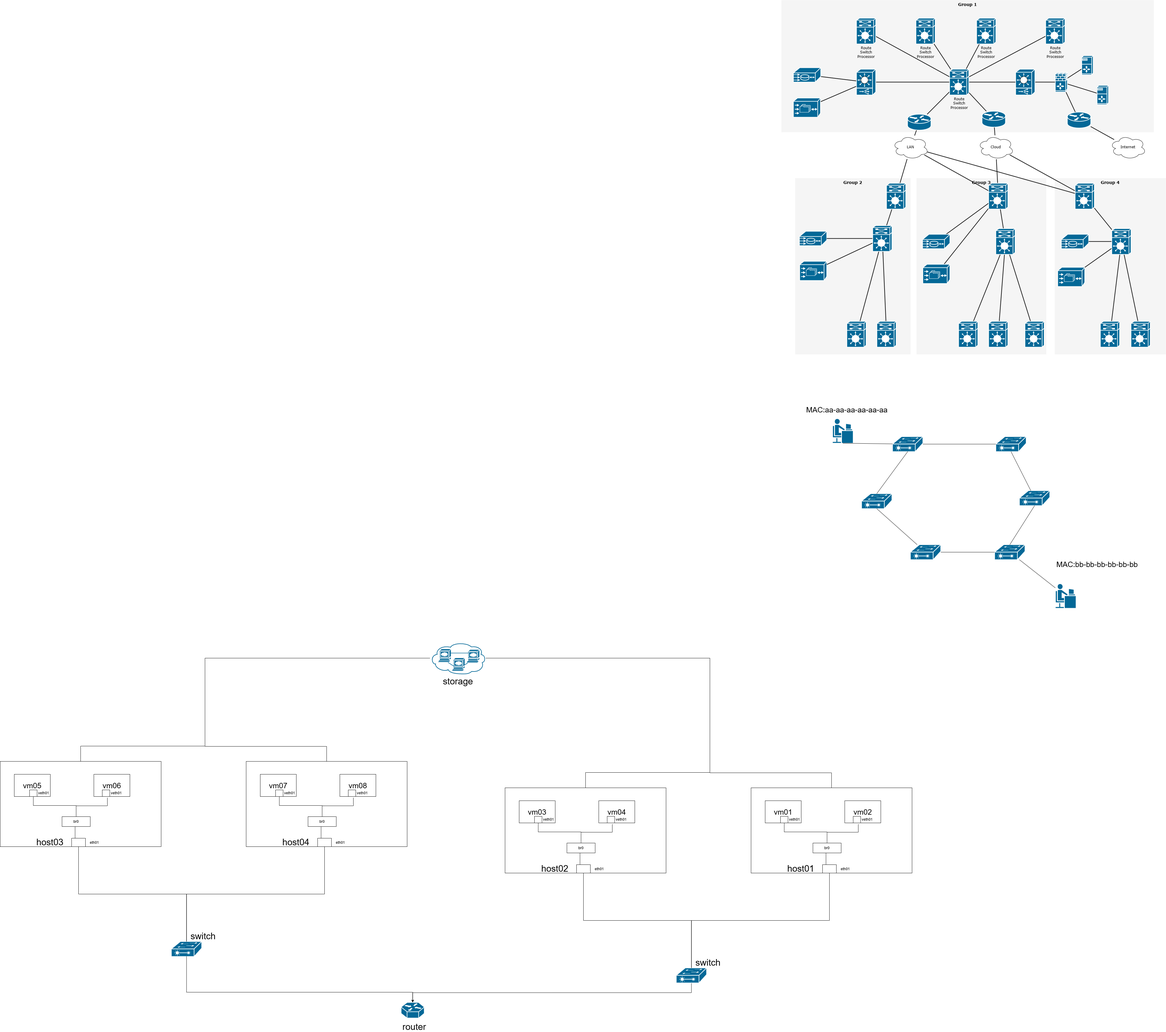
Before: 网络材料.drawio.png, a diagram exported from draw.io (Mr-Eagle/leveldb). Source tidied: cells renumbered, new cells last; positions are measured from the earlier drawing's top-left corner, leaving out a move shared by most shapes.
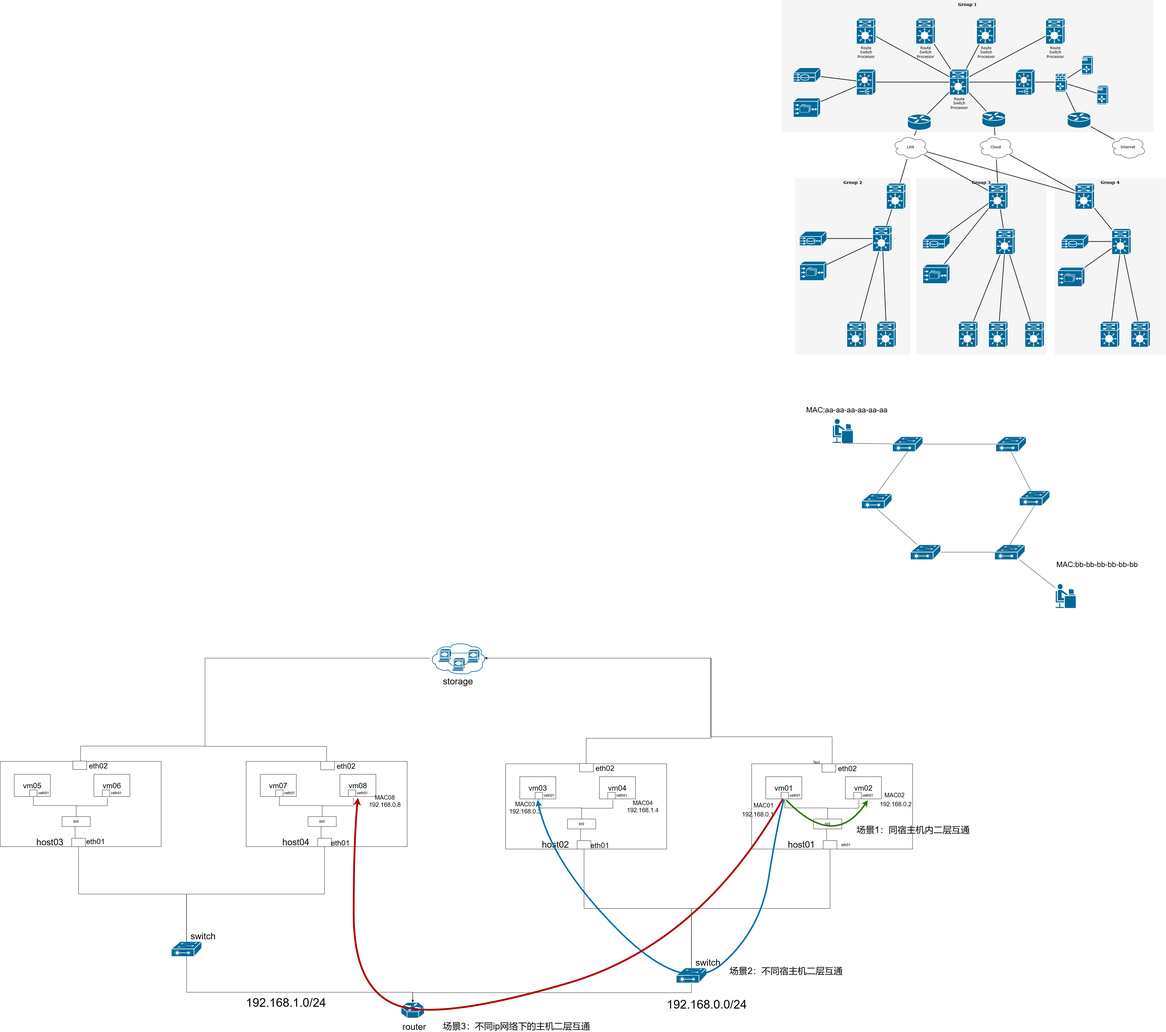
The same file after the commit.

Commit message:
更新网络材料.drawio.png

What changed in the source:
```diff
@@ -295,7 +295,8 @@
     </mxCell>
-    <mxCell id="99" style="edgeStyle=orthogonalEdgeStyle;rounded=0;jettySize=auto;html=1;exitX=0.5;exitY=0;exitDx=0;exitDy=0;endArrow=none;endFill=0;" parent="1" edge="1" source="100" target="134">
+    <mxCell id="99" style="edgeStyle=orthogonalEdgeStyle;rounded=0;jettySize=auto;html=1;exitX=0.5;exitY=0;exitDx=0;exitDy=0;entryX=0.98;entryY=0.5;entryDx=0;entryDy=0;entryPerimeter=0;" parent="1" edge="1" source="100" target="134">
       <mxGeometry relative="1" as="geometry">
         <Array as="points">
-          <mxPoint x="2768" y="2574" />
-          <mxPoint x="2363" y="2574" />
+          <mxPoint x="2770" y="2454" />
+          <mxPoint x="2366" y="2454" />
+          <mxPoint x="2366" y="2192" />
         </Array>
@@ -304,12 +305,12 @@
     <mxCell id="100" style="rounded=0;whiteSpace=wrap;html=1;" parent="1" vertex="1">
-      <mxGeometry x="2500" y="2624" width="536" height="284" as="geometry" />
+      <mxGeometry x="2502" y="2544" width="536" height="284" as="geometry" />
     </mxCell>
     <mxCell id="101" value="&lt;font style=&quot;font-size: 30px;&quot;&gt;host01&lt;/font&gt;" style="text;html=1;align=center;verticalAlign=middle;whiteSpace=wrap;rounded=0;" parent="1" vertex="1">
-      <mxGeometry x="2636" y="2878" width="60" height="30" as="geometry" />
+      <mxGeometry x="2638" y="2798" width="60" height="30" as="geometry" />
     </mxCell>
     <mxCell id="102" value="&lt;font style=&quot;font-size: 25px;&quot;&gt;vm01&lt;/font&gt;" style="rounded=0;whiteSpace=wrap;html=1;" parent="1" vertex="1">
-      <mxGeometry x="2547" y="2667" width="120" height="74" as="geometry" />
+      <mxGeometry x="2549" y="2587" width="120" height="74" as="geometry" />
     </mxCell>
     <mxCell id="103" value="&lt;font style=&quot;font-size: 25px;&quot;&gt;vm02&lt;/font&gt;" style="rounded=0;whiteSpace=wrap;html=1;" parent="1" vertex="1">
-      <mxGeometry x="2812" y="2667" width="120" height="74" as="geometry" />
+      <mxGeometry x="2814" y="2587" width="120" height="74" as="geometry" />
     </mxCell>
@@ -318,4 +319,4 @@
         <Array as="points">
-          <mxPoint x="2611" y="2771" />
-          <mxPoint x="2753" y="2771" />
+          <mxPoint x="2613" y="2691" />
+          <mxPoint x="2755" y="2691" />
         </Array>
@@ -324,9 +325,9 @@
     <mxCell id="105" style="rounded=0;whiteSpace=wrap;html=1;" parent="1" vertex="1">
-      <mxGeometry x="2598" y="2719" width="25" height="22" as="geometry" />
+      <mxGeometry x="2600" y="2639" width="25" height="22" as="geometry" />
     </mxCell>
     <mxCell id="106" value="veth01" style="text;html=1;align=center;verticalAlign=middle;whiteSpace=wrap;rounded=0;" parent="1" vertex="1">
-      <mxGeometry x="2615" y="2715" width="60" height="30" as="geometry" />
+      <mxGeometry x="2617" y="2635" width="60" height="30" as="geometry" />
     </mxCell>
     <mxCell id="107" style="rounded=0;whiteSpace=wrap;html=1;" parent="1" vertex="1">
-      <mxGeometry x="2840" y="2719" width="25" height="22" as="geometry" />
+      <mxGeometry x="2842" y="2639" width="25" height="22" as="geometry" />
     </mxCell>
@@ -335,4 +336,4 @@
         <Array as="points">
-          <mxPoint x="2857" y="2772" />
-          <mxPoint x="2753" y="2772" />
+          <mxPoint x="2859" y="2692" />
+          <mxPoint x="2755" y="2692" />
         </Array>
@@ -341,12 +342,12 @@
     <mxCell id="109" value="veth01" style="text;html=1;align=center;verticalAlign=middle;whiteSpace=wrap;rounded=0;" parent="1" vertex="1">
-      <mxGeometry x="2857" y="2715" width="60" height="30" as="geometry" />
+      <mxGeometry x="2859" y="2635" width="60" height="30" as="geometry" />
     </mxCell>
     <mxCell id="110" value="br0" style="rounded=0;whiteSpace=wrap;html=1;" parent="1" vertex="1">
-      <mxGeometry x="2706" y="2808" width="94" height="33" as="geometry" />
+      <mxGeometry x="2708" y="2728" width="94" height="33" as="geometry" />
     </mxCell>
     <mxCell id="111" style="rounded=0;whiteSpace=wrap;html=1;" parent="1" vertex="1">
-      <mxGeometry x="2738" y="2880" width="46" height="28" as="geometry" />
+      <mxGeometry x="2740" y="2800" width="46" height="28" as="geometry" />
     </mxCell>
     <mxCell id="112" value="eth01" style="text;html=1;align=center;verticalAlign=middle;whiteSpace=wrap;rounded=0;" parent="1" vertex="1">
-      <mxGeometry x="2784" y="2880" width="60" height="30" as="geometry" />
+      <mxGeometry x="2786" y="2800" width="60" height="30" as="geometry" />
     </mxCell>
@@ -355,21 +356,13 @@
     </mxCell>
-    <mxCell id="114" style="edgeStyle=orthogonalEdgeStyle;rounded=0;jettySize=auto;html=1;exitX=0.5;exitY=0;exitDx=0;exitDy=0;endArrow=none;endFill=0;" parent="1" edge="1" source="115" target="134">
-      <mxGeometry relative="1" as="geometry">
-        <Array as="points">
-          <mxPoint x="1949" y="2573" />
-          <mxPoint x="2363" y="2573" />
-        </Array>
-      </mxGeometry>
-    </mxCell>
     <mxCell id="115" style="rounded=0;whiteSpace=wrap;html=1;" parent="1" vertex="1">
-      <mxGeometry x="1681" y="2624" width="536" height="284" as="geometry" />
+      <mxGeometry x="1683" y="2544" width="536" height="284" as="geometry" />
     </mxCell>
     <mxCell id="116" value="&lt;font style=&quot;font-size: 30px;&quot;&gt;host02&lt;/font&gt;" style="text;html=1;align=center;verticalAlign=middle;whiteSpace=wrap;rounded=0;" parent="1" vertex="1">
-      <mxGeometry x="1817" y="2878" width="60" height="30" as="geometry" />
+      <mxGeometry x="1819" y="2798" width="60" height="30" as="geometry" />
     </mxCell>
     <mxCell id="117" value="&lt;font style=&quot;font-size: 25px;&quot;&gt;vm03&lt;/font&gt;" style="rounded=0;whiteSpace=wrap;html=1;" parent="1" vertex="1">
-      <mxGeometry x="1728" y="2667" width="120" height="74" as="geometry" />
+      <mxGeometry x="1730" y="2587" width="120" height="74" as="geometry" />
     </mxCell>
     <mxCell id="118" value="&lt;font style=&quot;font-size: 25px;&quot;&gt;vm04&lt;/font&gt;" style="rounded=0;whiteSpace=wrap;html=1;" parent="1" vertex="1">
-      <mxGeometry x="1993" y="2667" width="120" height="74" as="geometry" />
+      <mxGeometry x="1995" y="2587" width="120" height="74" as="geometry" />
     </mxCell>
@@ -378,4 +371,4 @@
         <Array as="points">
-          <mxPoint x="1792" y="2771" />
-          <mxPoint x="1934" y="2771" />
+          <mxPoint x="1794" y="2691" />
+          <mxPoint x="1936" y="2691" />
         </Array>
@@ -384,9 +377,9 @@
     <mxCell id="120" style="rounded=0;whiteSpace=wrap;html=1;" parent="1" vertex="1">
-      <mxGeometry x="1779" y="2719" width="25" height="22" as="geometry" />
+      <mxGeometry x="1781" y="2639" width="25" height="22" as="geometry" />
     </mxCell>
     <mxCell id="121" value="veth01" style="text;html=1;align=center;verticalAlign=middle;whiteSpace=wrap;rounded=0;" parent="1" vertex="1">
-      <mxGeometry x="1796" y="2715" width="60" height="30" as="geometry" />
+      <mxGeometry x="1798" y="2635" width="60" height="30" as="geometry" />
     </mxCell>
     <mxCell id="122" style="rounded=0;whiteSpace=wrap;html=1;" parent="1" vertex="1">
-      <mxGeometry x="2021" y="2719" width="25" height="22" as="geometry" />
+      <mxGeometry x="2023" y="2639" width="25" height="22" as="geometry" />
     </mxCell>
@@ -395,4 +388,4 @@
         <Array as="points">
-          <mxPoint x="2038" y="2772" />
-          <mxPoint x="1934" y="2772" />
+          <mxPoint x="2040" y="2692" />
+          <mxPoint x="1936" y="2692" />
         </Array>
@@ -401,6 +394,6 @@
     <mxCell id="124" value="veth01" style="text;html=1;align=center;verticalAlign=middle;whiteSpace=wrap;rounded=0;" parent="1" vertex="1">
-      <mxGeometry x="2038" y="2715" width="60" height="30" as="geometry" />
+      <mxGeometry x="2040" y="2635" width="60" height="30" as="geometry" />
     </mxCell>
     <mxCell id="125" value="br0" style="rounded=0;whiteSpace=wrap;html=1;" parent="1" vertex="1">
-      <mxGeometry x="1887" y="2808" width="94" height="33" as="geometry" />
+      <mxGeometry x="1889" y="2728" width="94" height="33" as="geometry" />
     </mxCell>
@@ -410,6 +403,6 @@
     <mxCell id="127" style="rounded=0;whiteSpace=wrap;html=1;" parent="1" vertex="1">
-      <mxGeometry x="1919" y="2880" width="46" height="28" as="geometry" />
+      <mxGeometry x="1921" y="2800" width="46" height="28" as="geometry" />
     </mxCell>
-    <mxCell id="128" value="eth01" style="text;html=1;align=center;verticalAlign=middle;whiteSpace=wrap;rounded=0;" parent="1" vertex="1">
-      <mxGeometry x="1965" y="2880" width="60" height="30" as="geometry" />
+    <mxCell id="128" value="&lt;font style=&quot;font-size: 25px;&quot;&gt;eth01&lt;/font&gt;" style="text;html=1;align=center;verticalAlign=middle;whiteSpace=wrap;rounded=0;" parent="1" vertex="1">
+      <mxGeometry x="1967" y="2800" width="60" height="30" as="geometry" />
     </mxCell>
@@ -494,3 +487,3 @@
     </mxCell>
-    <mxCell id="150" value="eth01" style="text;html=1;align=center;verticalAlign=middle;whiteSpace=wrap;rounded=0;" parent="1" vertex="1">
+    <mxCell id="150" value="&lt;font style=&quot;font-size: 25px;&quot;&gt;eth01&lt;/font&gt;" style="text;html=1;align=center;verticalAlign=middle;whiteSpace=wrap;rounded=0;" parent="1" vertex="1">
       <mxGeometry x="1103" y="2792" width="60" height="30" as="geometry" />
@@ -558,4 +551,4 @@
     </mxCell>
-    <mxCell id="166" value="eth01" style="text;html=1;align=center;verticalAlign=middle;whiteSpace=wrap;rounded=0;" parent="1" vertex="1">
-      <mxGeometry x="284" y="2792" width="60" height="30" as="geometry" />
+    <mxCell id="166" value="&lt;font style=&quot;font-size: 25px;&quot;&gt;eth01&lt;/font&gt;" style="text;html=1;align=center;verticalAlign=middle;whiteSpace=wrap;rounded=0;" parent="1" vertex="1">
+      <mxGeometry x="288" y="2787" width="60" height="30" as="geometry" />
     </mxCell>
@@ -581,2 +574,103 @@
     </mxCell>
+    <mxCell id="114" style="edgeStyle=orthogonalEdgeStyle;rounded=0;jettySize=auto;html=1;exitX=0.5;exitY=0;exitDx=0;exitDy=0;entryX=0.98;entryY=0.5;entryDx=0;entryDy=0;entryPerimeter=0;" parent="1" edge="1" source="115" target="134">
+      <mxGeometry relative="1" as="geometry">
+        <Array as="points">
+          <mxPoint x="1951" y="2459" />
+          <mxPoint x="2367" y="2459" />
+          <mxPoint x="2367" y="2192" />
+        </Array>
+      </mxGeometry>
+    </mxCell>
+    <mxCell id="172" style="rounded=0;whiteSpace=wrap;html=1;" parent="1" vertex="1">
+      <mxGeometry x="2736" y="2544" width="46" height="28" as="geometry" />
+    </mxCell>
+    <mxCell id="173" value="&lt;font style=&quot;font-size: 25px;&quot;&gt;eth02&lt;/font&gt;" style="text;html=1;align=center;verticalAlign=middle;whiteSpace=wrap;rounded=0;" parent="1" vertex="1">
+      <mxGeometry x="2791" y="2544" width="60" height="30" as="geometry" />
+    </mxCell>
+    <mxCell id="174" style="rounded=0;whiteSpace=wrap;html=1;" parent="1" vertex="1">
+      <mxGeometry x="1929" y="2543" width="46" height="28" as="geometry" />
+    </mxCell>
+    <mxCell id="175" value="&lt;font style=&quot;font-size: 25px;&quot;&gt;eth02&lt;/font&gt;" style="text;html=1;align=center;verticalAlign=middle;whiteSpace=wrap;rounded=0;" parent="1" vertex="1">
+      <mxGeometry x="1984" y="2543" width="60" height="30" as="geometry" />
+    </mxCell>
+    <mxCell id="176" style="rounded=0;whiteSpace=wrap;html=1;" parent="1" vertex="1">
+      <mxGeometry x="1067" y="2536" width="46" height="28" as="geometry" />
+    </mxCell>
+    <mxCell id="177" value="&lt;font style=&quot;font-size: 25px;&quot;&gt;eth02&lt;/font&gt;" style="text;html=1;align=center;verticalAlign=middle;whiteSpace=wrap;rounded=0;" parent="1" vertex="1">
+      <mxGeometry x="1122" y="2536" width="60" height="30" as="geometry" />
+    </mxCell>
+    <mxCell id="178" style="rounded=0;whiteSpace=wrap;html=1;" parent="1" vertex="1">
+      <mxGeometry x="242" y="2535" width="46" height="28" as="geometry" />
+    </mxCell>
+    <mxCell id="179" value="&lt;font style=&quot;font-size: 25px;&quot;&gt;eth02&lt;/font&gt;" style="text;html=1;align=center;verticalAlign=middle;whiteSpace=wrap;rounded=0;" parent="1" vertex="1">
+      <mxGeometry x="297" y="2535" width="60" height="30" as="geometry" />
+    </mxCell>
+    <mxCell id="180" value="&lt;font style=&quot;font-size: 20px;&quot;&gt;MAC01&lt;/font&gt;" style="text;html=1;align=center;verticalAlign=middle;whiteSpace=wrap;rounded=0;" parent="1" vertex="1">
+      <mxGeometry x="2512" y="2667" width="60" height="30" as="geometry" />
+    </mxCell>
+    <mxCell id="181" value="Text" style="text;html=1;align=center;verticalAlign=middle;whiteSpace=wrap;rounded=0;" parent="1" vertex="1">
+      <mxGeometry x="2688" y="2525" width="60" height="30" as="geometry" />
+    </mxCell>
+    <mxCell id="182" value="&lt;font style=&quot;font-size: 20px;&quot;&gt;192.168.0.1&lt;/font&gt;" style="text;html=1;align=center;verticalAlign=middle;whiteSpace=wrap;rounded=0;" parent="1" vertex="1">
+      <mxGeometry x="2493" y="2697" width="60" height="30" as="geometry" />
+    </mxCell>
+    <mxCell id="183" value="&lt;font style=&quot;font-size: 20px;&quot;&gt;MAC02&lt;/font&gt;" style="text;html=1;align=center;verticalAlign=middle;whiteSpace=wrap;rounded=0;" parent="1" vertex="1">
+      <mxGeometry x="2948" y="2633" width="60" height="30" as="geometry" />
+    </mxCell>
+    <mxCell id="184" value="&lt;font style=&quot;font-size: 20px;&quot;&gt;192.168.0.2&lt;/font&gt;" style="text;html=1;align=center;verticalAlign=middle;whiteSpace=wrap;rounded=0;" parent="1" vertex="1">
+      <mxGeometry x="2952" y="2663" width="60" height="30" as="geometry" />
+    </mxCell>
+    <mxCell id="185" value="&lt;font style=&quot;font-size: 20px;&quot;&gt;MAC04&lt;/font&gt;&lt;div&gt;&lt;font style=&quot;font-size: 20px;&quot;&gt;192.168.1.4&lt;/font&gt;&lt;/div&gt;" style="text;html=1;align=center;verticalAlign=middle;whiteSpace=wrap;rounded=0;" parent="1" vertex="1">
+      <mxGeometry x="2110" y="2671" width="60" height="30" as="geometry" />
+    </mxCell>
+    <mxCell id="186" value="&lt;font style=&quot;font-size: 20px;&quot;&gt;MAC03&lt;/font&gt;&lt;div&gt;&lt;font style=&quot;font-size: 20px;&quot;&gt;192.168.0&lt;/font&gt;&lt;span style=&quot;font-size: 20px; background-color: initial;&quot;&gt;.3&lt;/span&gt;&lt;/div&gt;" style="text;html=1;align=center;verticalAlign=middle;whiteSpace=wrap;rounded=0;" parent="1" vertex="1">
+      <mxGeometry x="1718" y="2675" width="60" height="30" as="geometry" />
+    </mxCell>
+    <mxCell id="187" style="curved=1;endArrow=classic;html=1;rounded=0;exitX=0;exitY=1;exitDx=0;exitDy=0;entryX=0.5;entryY=1;entryDx=0;entryDy=0;strokeWidth=5;fillColor=#60a917;strokeColor=#2D7600;" parent="1" edge="1" source="106" target="109">
+      <mxGeometry relative="1" as="geometry">
+        <Array as="points">
+          <mxPoint x="2777" y="2831" />
+        </Array>
+      </mxGeometry>
+    </mxCell>
+    <mxCell id="188" style="curved=1;endArrow=classic;html=1;rounded=0;strokeWidth=5;fillColor=#1ba1e2;strokeColor=#006EAF;" parent="1" edge="1">
+      <mxGeometry relative="1" as="geometry">
+        <mxPoint x="2609" y="2665" as="sourcePoint" />
+        <mxPoint x="1789" y="2665" as="targetPoint" />
+        <Array as="points">
+          <mxPoint x="2586" y="2751" />
+          <mxPoint x="2531" y="3099" />
+          <mxPoint x="2278" y="3320" />
+          <mxPoint x="1834" y="2873" />
+        </Array>
+      </mxGeometry>
+    </mxCell>
+    <mxCell id="189" value="&lt;font style=&quot;font-size: 30px;&quot;&gt;场景1：同宿主机内二层互通&lt;/font&gt;" style="text;html=1;align=center;verticalAlign=middle;whiteSpace=wrap;rounded=0;" parent="1" vertex="1">
+      <mxGeometry x="2832" y="2751" width="416" height="25" as="geometry" />
+    </mxCell>
+    <mxCell id="190" value="&lt;font style=&quot;font-size: 30px;&quot;&gt;场景2：不同宿主机二层互通&lt;/font&gt;" style="text;html=1;align=center;verticalAlign=middle;whiteSpace=wrap;rounded=0;" parent="1" vertex="1">
+      <mxGeometry x="2409" y="3221" width="416" height="25" as="geometry" />
+    </mxCell>
+    <mxCell id="191" value="&lt;font style=&quot;font-size: 20px;&quot;&gt;MAC08&lt;/font&gt;&lt;div&gt;&lt;font style=&quot;font-size: 20px;&quot;&gt;192.168.0&lt;/font&gt;&lt;span style=&quot;font-size: 20px; background-color: initial;&quot;&gt;.8&lt;/span&gt;&lt;/div&gt;" style="text;html=1;align=center;verticalAlign=middle;whiteSpace=wrap;rounded=0;" parent="1" vertex="1">
+      <mxGeometry x="1251" y="2653" width="60" height="30" as="geometry" />
+    </mxCell>
+    <mxCell id="192" style="curved=1;endArrow=classic;html=1;rounded=0;exitX=0.25;exitY=1;exitDx=0;exitDy=0;entryX=0.25;entryY=1;entryDx=0;entryDy=0;strokeWidth=6;fillColor=#e51400;strokeColor=#B20000;" parent="1" edge="1" source="105" target="147">
+      <mxGeometry relative="1" as="geometry">
+        <Array as="points">
+          <mxPoint x="2331" y="3145" />
+          <mxPoint x="1454" y="3403" />
+          <mxPoint x="1177" y="3289" />
+          <mxPoint x="1177" y="2801" />
+        </Array>
+      </mxGeometry>
+    </mxCell>
+    <mxCell id="193" value="&lt;font style=&quot;font-size: 30px;&quot;&gt;场景3：不同ip网络下的主机二层互通&lt;/font&gt;" style="text;html=1;align=center;verticalAlign=middle;whiteSpace=wrap;rounded=0;" parent="1" vertex="1">
+      <mxGeometry x="1468" y="3405" width="503" height="25" as="geometry" />
+    </mxCell>
+    <mxCell id="194" value="&lt;font style=&quot;font-size: 40px;&quot;&gt;192.168.1.0/24&lt;/font&gt;" style="text;html=1;align=center;verticalAlign=middle;whiteSpace=wrap;rounded=0;" parent="1" vertex="1">
+      <mxGeometry x="922" y="3324" width="60" height="30" as="geometry" />
+    </mxCell>
+    <mxCell id="195" value="&lt;font style=&quot;font-size: 40px;&quot;&gt;192.168.0&lt;/font&gt;&lt;span style=&quot;font-size: 40px; background-color: initial;&quot;&gt;.0/24&lt;/span&gt;" style="text;html=1;align=center;verticalAlign=middle;whiteSpace=wrap;rounded=0;" parent="1" vertex="1">
+      <mxGeometry x="2323" y="3330" width="60" height="30" as="geometry" />
+    </mxCell>
   </root>
```
